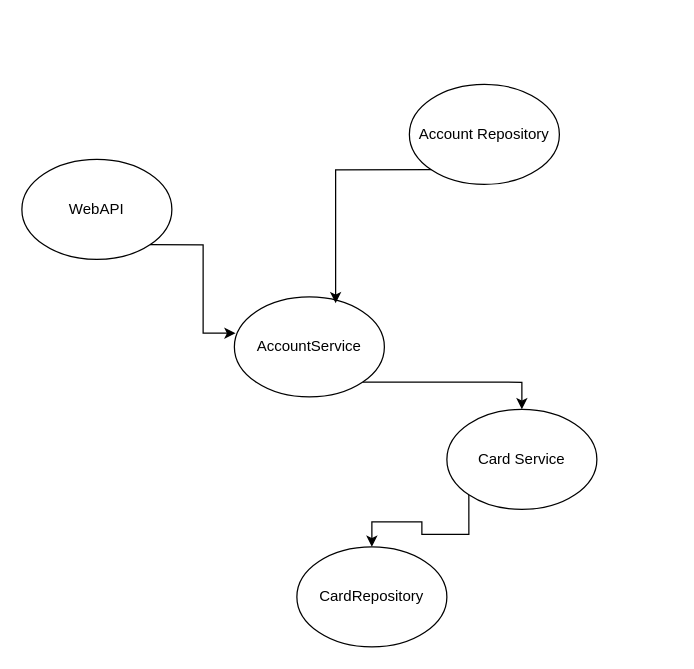
This is Untitled Diagram.drawio from manikantaMK/DI.API, a draw.io file, before an edit. Source tidied: cells renumbered, new cells numbered last; positions are measured from the earlier drawing's top-left corner, leaving out a move shared by most shapes. Both pictures are drawn from the tidied source at 125%, with x=0, y=0 at pixel (21, 84).
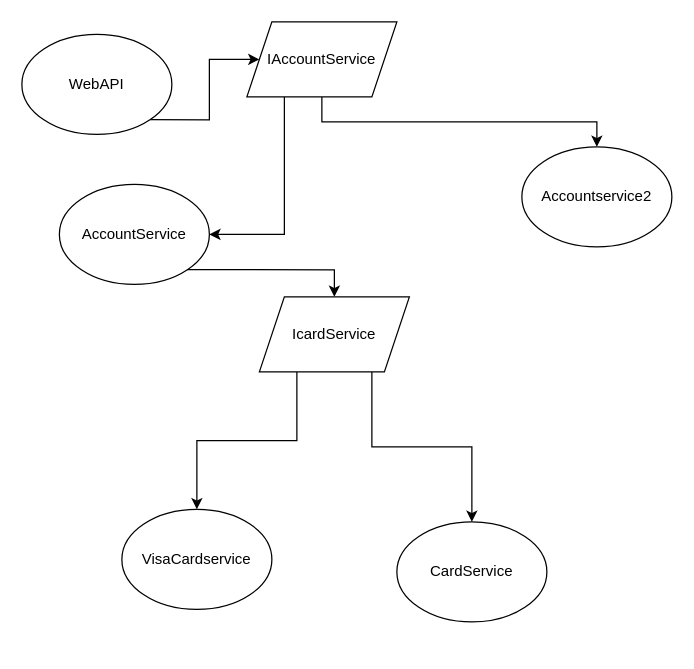
After the change.

Diff of the diagram source:
```diff
@@
 <mxGraphModel>
   <root>
     <mxCell id="0" />
     <mxCell id="1" parent="0" />
     <mxCell id="2" value="WebAPI" style="ellipse;whiteSpace=wrap;html=1;" parent="1" vertex="1">
-      <mxGeometry y="60" width="120" height="80" as="geometry" />
+      <mxGeometry y="-40" width="120" height="80" as="geometry" />
     </mxCell>
-    <mxCell id="3" style="edgeStyle=orthogonalEdgeStyle;rounded=0;jettySize=auto;html=1;exitX=1;exitY=1;exitDx=0;exitDy=0;" parent="1" edge="1" source="4" target="6">
-      <mxGeometry relative="1" as="geometry" />
-    </mxCell>
+    <mxCell id="11" style="edgeStyle=orthogonalEdgeStyle;rounded=0;jettySize=auto;html=1;exitX=1;exitY=1;exitDx=0;exitDy=0;entryX=0.5;entryY=0;entryDx=0;entryDy=0;" parent="1" edge="1" source="4" target="17">
+      <mxGeometry relative="1" as="geometry" />
+    </mxCell>
     <mxCell id="4" value="AccountService" style="ellipse;whiteSpace=wrap;html=1;" parent="1" vertex="1">
-      <mxGeometry x="170" y="170" width="120" height="80" as="geometry" />
+      <mxGeometry x="30" y="80" width="120" height="80" as="geometry" />
     </mxCell>
-    <mxCell id="5" style="edgeStyle=orthogonalEdgeStyle;rounded=0;jettySize=auto;html=1;exitX=0;exitY=1;exitDx=0;exitDy=0;" parent="1" edge="1" source="6" target="7">
-      <mxGeometry relative="1" as="geometry" />
-    </mxCell>
-    <mxCell id="6" value="Card Service" style="ellipse;whiteSpace=wrap;html=1;" parent="1" vertex="1">
-      <mxGeometry x="340" y="260" width="120" height="80" as="geometry" />
+    <mxCell id="6" value="CardService" style="ellipse;whiteSpace=wrap;html=1;" parent="1" vertex="1">
+      <mxGeometry x="300" y="350" width="120" height="80" as="geometry" />
     </mxCell>
-    <mxCell id="7" value="CardRepository" style="ellipse;whiteSpace=wrap;html=1;" parent="1" vertex="1">
-      <mxGeometry x="220" y="370" width="120" height="80" as="geometry" />
+    <mxCell id="7" value="VisaCardservice" style="ellipse;whiteSpace=wrap;html=1;" parent="1" vertex="1">
+      <mxGeometry x="80" y="340" width="120" height="80" as="geometry" />
     </mxCell>
-    <mxCell id="8" value="Account Repository" style="ellipse;whiteSpace=wrap;html=1;" parent="1" vertex="1">
-      <mxGeometry x="310" width="120" height="80" as="geometry" />
+    <mxCell id="8" value="Accountservice2" style="ellipse;whiteSpace=wrap;html=1;" parent="1" vertex="1">
+      <mxGeometry x="400" y="50" width="120" height="80" as="geometry" />
     </mxCell>
-    <mxCell id="9" style="edgeStyle=orthogonalEdgeStyle;rounded=0;jettySize=auto;html=1;exitX=1;exitY=1;exitDx=0;exitDy=0;entryX=0.008;entryY=0.363;entryDx=0;entryDy=0;entryPerimeter=0;" parent="1" edge="1" source="2" target="4">
+    <mxCell id="9" style="edgeStyle=orthogonalEdgeStyle;rounded=0;jettySize=auto;html=1;exitX=1;exitY=1;exitDx=0;exitDy=0;entryX=0;entryY=0.5;entryDx=0;entryDy=0;" parent="1" edge="1" source="2" target="14">
       <mxGeometry relative="1" as="geometry" />
     </mxCell>
-    <mxCell id="10" style="edgeStyle=orthogonalEdgeStyle;rounded=0;jettySize=auto;html=1;exitX=0;exitY=1;exitDx=0;exitDy=0;entryX=0.675;entryY=0.063;entryDx=0;entryDy=0;entryPerimeter=0;" parent="1" edge="1" source="8" target="4">
-      <mxGeometry relative="1" as="geometry" />
-    </mxCell>
+    <mxCell id="12" style="edgeStyle=orthogonalEdgeStyle;rounded=0;jettySize=auto;html=1;exitX=0.5;exitY=1;exitDx=0;exitDy=0;" parent="1" edge="1" source="14" target="8">
+      <mxGeometry relative="1" as="geometry" />
+    </mxCell>
+    <mxCell id="13" style="edgeStyle=orthogonalEdgeStyle;rounded=0;jettySize=auto;html=1;exitX=0.25;exitY=1;exitDx=0;exitDy=0;entryX=1;entryY=0.5;entryDx=0;entryDy=0;" parent="1" edge="1" source="14" target="4">
+      <mxGeometry relative="1" as="geometry" />
+    </mxCell>
+    <mxCell id="14" value="IAccountService" style="shape=parallelogram;perimeter=parallelogramPerimeter;whiteSpace=wrap;html=1;fixedSize=1;" parent="1" vertex="1">
+      <mxGeometry x="180" y="-50" width="120" height="60" as="geometry" />
+    </mxCell>
+    <mxCell id="15" style="edgeStyle=orthogonalEdgeStyle;rounded=0;jettySize=auto;html=1;exitX=0.25;exitY=1;exitDx=0;exitDy=0;entryX=0.5;entryY=0;entryDx=0;entryDy=0;" parent="1" edge="1" source="17" target="7">
+      <mxGeometry relative="1" as="geometry" />
+    </mxCell>
+    <mxCell id="16" style="edgeStyle=orthogonalEdgeStyle;rounded=0;jettySize=auto;html=1;exitX=0.75;exitY=1;exitDx=0;exitDy=0;entryX=0.5;entryY=0;entryDx=0;entryDy=0;" parent="1" edge="1" source="17" target="6">
+      <mxGeometry relative="1" as="geometry" />
+    </mxCell>
+    <mxCell id="17" value="IcardService" style="shape=parallelogram;perimeter=parallelogramPerimeter;whiteSpace=wrap;html=1;fixedSize=1;" parent="1" vertex="1">
+      <mxGeometry x="190" y="170" width="120" height="60" as="geometry" />
+    </mxCell>
   </root>
 </mxGraphModel>
```
